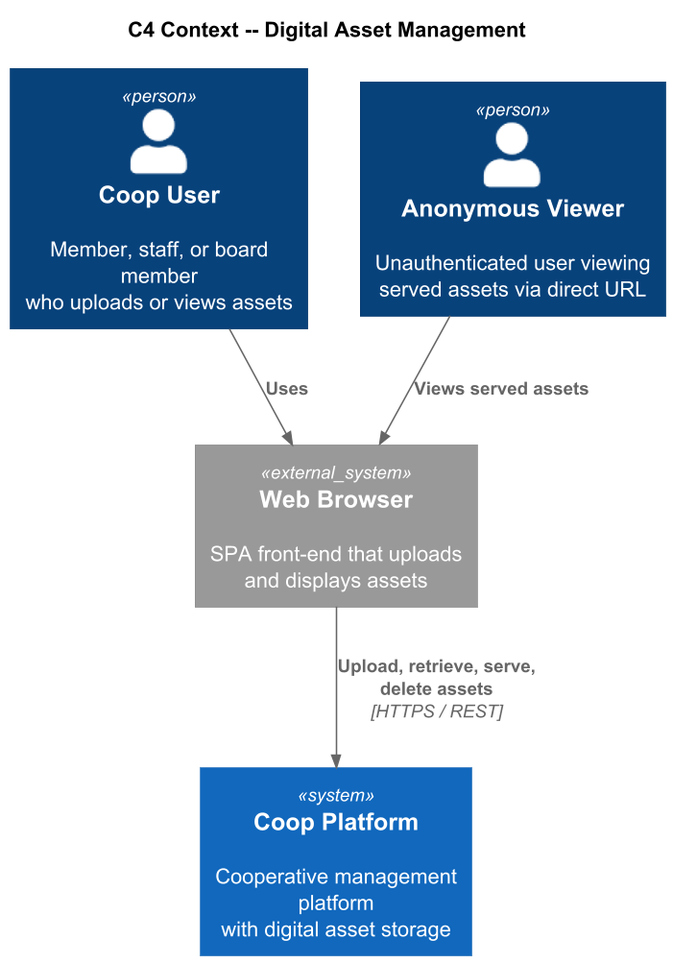
QuinntyneBrown/Coop keeps this PlantUML diagram as docs/detailed-designs/08-digital-asset-management/c4-context.png. Above is the earlier version. Source of this version:
```plantuml
@startuml
!include https://raw.githubusercontent.com/plantuml-stdlib/C4-PlantUML/master/C4_Context.puml

skinparam dpi 150
skinparam pageMargin 10

title C4 Context -- Digital Asset Management

Person(user, "Coop User", "Member, staff, or board member\nwho uploads or views assets")
Person(anon, "Anonymous Viewer", "Unauthenticated user viewing\nserved assets via direct URL")

System(coop, "Coop Platform", "Cooperative management platform\nwith digital asset storage")

System_Ext(browser, "Web Browser", "SPA front-end that uploads\nand displays assets")

Rel(user, browser, "Uses")
Rel(anon, browser, "Views served assets")
Rel(browser, coop, "Upload, retrieve, serve,\ndelete assets", "HTTPS / REST")

@enduml
```
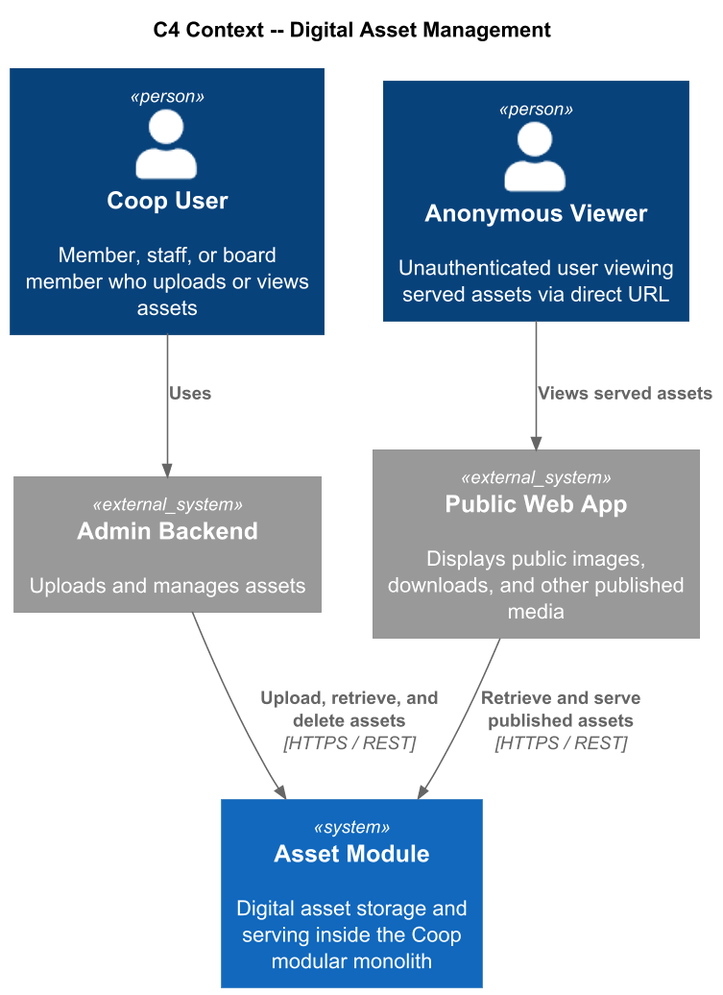
The same file after the commit.

What changed in the source:
```diff
@@ -6,15 +6,17 @@
 
 title C4 Context -- Digital Asset Management
 
-Person(user, "Coop User", "Member, staff, or board member\nwho uploads or views assets")
-Person(anon, "Anonymous Viewer", "Unauthenticated user viewing\nserved assets via direct URL")
+Person(user, "Coop User", "Member, staff, or board member who uploads or views assets")
+Person(anon, "Anonymous Viewer", "Unauthenticated user viewing served assets via direct URL")
 
-System(coop, "Coop Platform", "Cooperative management platform\nwith digital asset storage")
+System(coop, "Asset Module", "Digital asset storage and serving inside the Coop modular monolith")
 
-System_Ext(browser, "Web Browser", "SPA front-end that uploads\nand displays assets")
+System_Ext(publicApp, "Public Web App", "Displays public images, downloads, and other published media")
+System_Ext(adminApp, "Admin Backend", "Uploads and manages assets")
 
-Rel(user, browser, "Uses")
-Rel(anon, browser, "Views served assets")
-Rel(browser, coop, "Upload, retrieve, serve,\ndelete assets", "HTTPS / REST")
+Rel(user, adminApp, "Uses")
+Rel(anon, publicApp, "Views served assets")
+Rel(adminApp, coop, "Upload, retrieve, and delete assets", "HTTPS / REST")
+Rel(publicApp, coop, "Retrieve and serve published assets", "HTTPS / REST")
 
 @enduml
```
